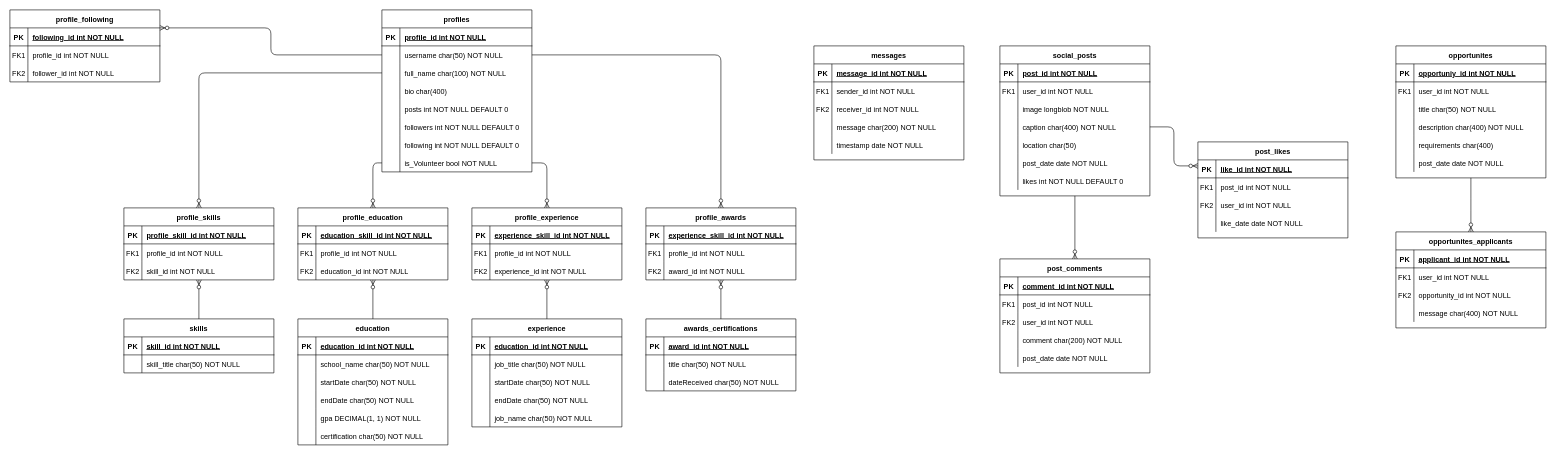
Before: database/Karma DB.drawio in KonoNeko/Karma, a draw.io diagram. Source tidied: cells renumbered, new cells numbered last; positions are measured from the earlier drawing's top-left corner, leaving out a move shared by most shapes. Both pictures are drawn from the tidied source at 60%, with x=0, y=0 at pixel (10, 10).
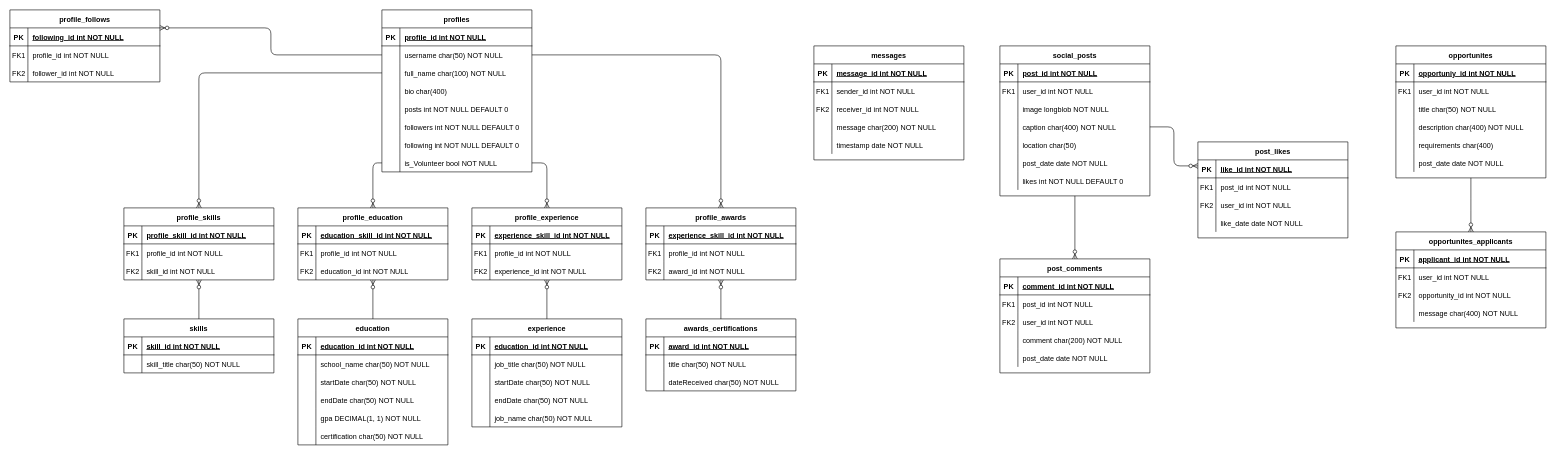
The same page after the edit.

Commit message:
changed table name

Change to the diagram source:
```diff
@@
-    <mxCell id="237" value="profile_following" style="shape=table;startSize=30;childLayout=tableLayout;rowLines=0;fontStyle=1;align=center;" parent="1" vertex="1">
+    <mxCell id="237" value="profile_follows" style="shape=table;startSize=30;childLayout=tableLayout;rowLines=0;fontStyle=1;align=center;" parent="1" vertex="1">
       <mxGeometry width="250" height="120" as="geometry" />
     </mxCell>
```
